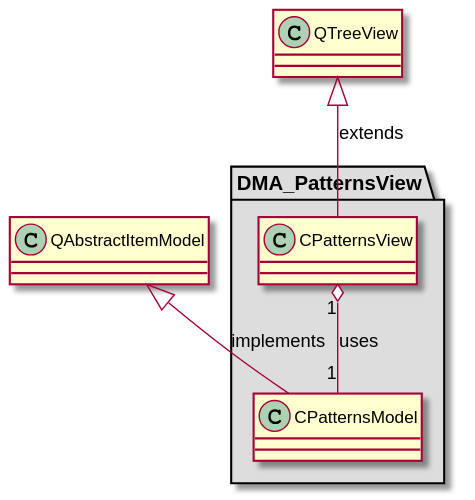
Earlier version of the PlantUML export md/dev_docs/puml/DMA_PatternsView_standalone.svg (svlad-90/DLT-Message-Analyzer). Source of this version:
```plantuml
@startuml

skinparam wrapWidth 600
package "DMA_PatternsView" #DDDDDD
{

class "CPatternsModel"
{
}

class "CPatternsView"
{
}

}

QAbstractItemModel <|-- CPatternsModel : implements
QTreeView <|-- CPatternsView : extends

CPatternsView "1" o-- "1" CPatternsModel : uses

@enduml
```
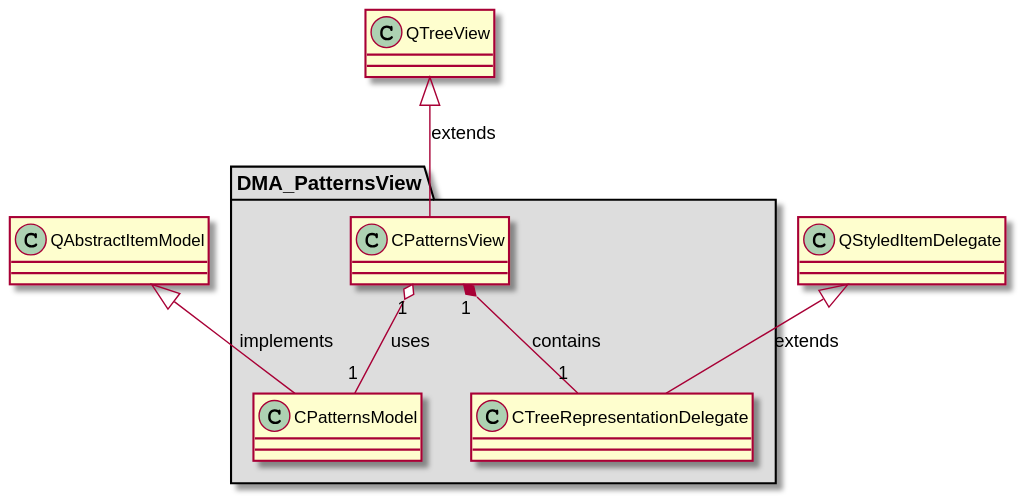
The same file after the commit.

What changed in the source:
```diff
@@ -12,11 +12,17 @@
 {
 }
 
+class "CTreeRepresentationDelegate"
+{
+}
+
 }
 
 QAbstractItemModel <|-- CPatternsModel : implements
 QTreeView <|-- CPatternsView : extends
+QStyledItemDelegate <|-- CTreeRepresentationDelegate : extends
 
 CPatternsView "1" o-- "1" CPatternsModel : uses
+CPatternsView "1" *-- "1" CTreeRepresentationDelegate : contains
 
 @enduml
```
